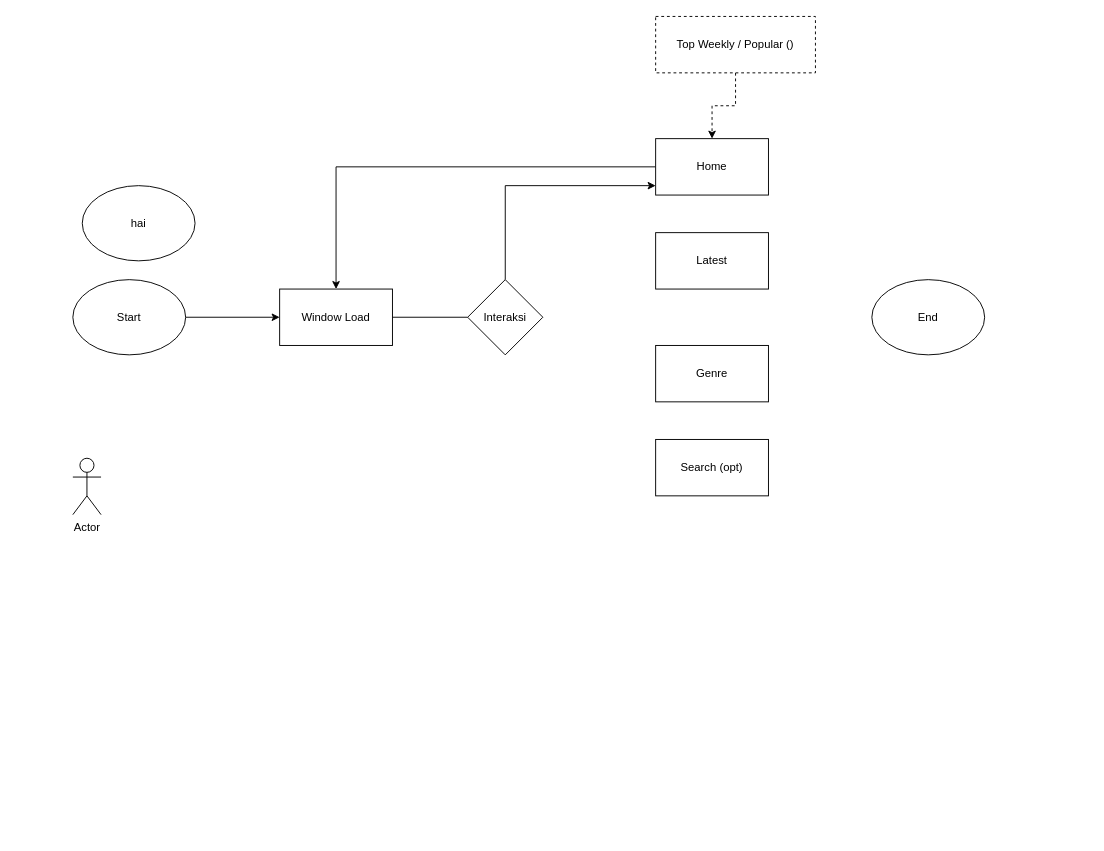
Earlier version of the draw.io diagram web.drawio (Aryanda04/File-common). Source tidied: cells renumbered, new cells numbered last; positions are measured from the earlier drawing's top-left corner, leaving out a move shared by most shapes. Both pictures are drawn from the tidied source at 94%, with x=0, y=0 at pixel (72, 16).
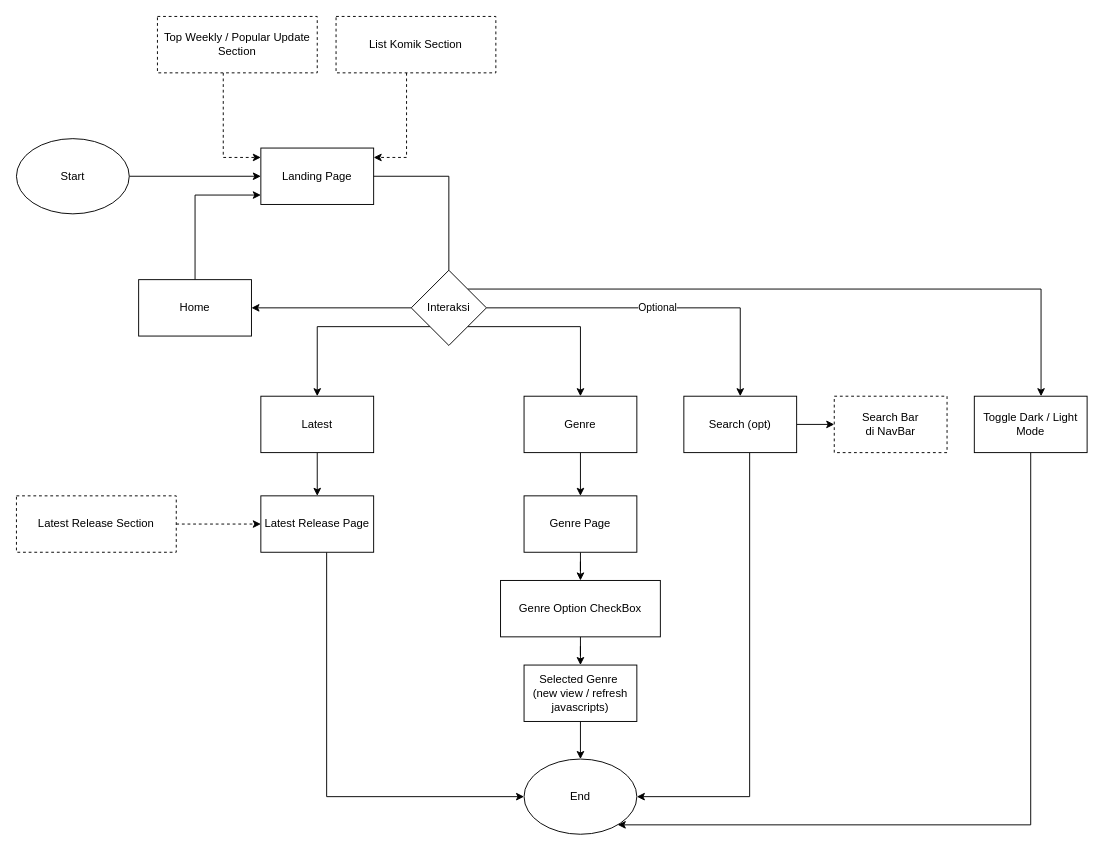
The same diagram, later.

Commit message:
Clear versi 1

What changed in the source:
```diff
@@
     <mxCell id="3" value="Start" style="ellipse;whiteSpace=wrap;html=1;" parent="1" vertex="1">
-      <mxGeometry y="280" width="120" height="80" as="geometry" />
+      <mxGeometry x="-60" y="130" width="120" height="80" as="geometry" />
     </mxCell>
-    <mxCell id="4" value="Actor" style="shape=umlActor;verticalLabelPosition=bottom;verticalAlign=top;html=1;" parent="1" vertex="1">
-      <mxGeometry y="470" width="30" height="60" as="geometry" />
-    </mxCell>
     <mxCell id="5" value="End" style="ellipse;whiteSpace=wrap;html=1;" parent="1" vertex="1">
-      <mxGeometry x="850" y="280" width="120" height="80" as="geometry" />
+      <mxGeometry x="480" y="790" width="120" height="80" as="geometry" />
     </mxCell>
-    <mxCell id="6" value="hai" style="ellipse;whiteSpace=wrap;html=1;" parent="1" vertex="1">
-      <mxGeometry x="10" y="180" width="120" height="80" as="geometry" />
-    </mxCell>
-    <mxCell id="7" value="Window Load" style="rounded=0;whiteSpace=wrap;html=1;" parent="1" vertex="1">
-      <mxGeometry x="220" y="290" width="120" height="60" as="geometry" />
+    <mxCell id="7" value="Landing Page" style="rounded=0;whiteSpace=wrap;html=1;" parent="1" vertex="1">
+      <mxGeometry x="200" y="140" width="120" height="60" as="geometry" />
     </mxCell>
     <mxCell id="8" style="edgeStyle=orthogonalEdgeStyle;rounded=0;jettySize=auto;html=1;" parent="1" edge="1" source="9" target="12">
-      <mxGeometry relative="1" as="geometry">
-        <Array as="points">
-          <mxPoint x="460" y="180" />
-        </Array>
-      </mxGeometry>
+      <mxGeometry relative="1" as="geometry" />
     </mxCell>
+    <mxCell id="18" style="edgeStyle=orthogonalEdgeStyle;rounded=0;jettySize=auto;html=1;" parent="1" edge="1" source="9" target="13">
+      <mxGeometry relative="1" as="geometry">
+        <Array as="points">
+          <mxPoint x="260" y="330" />
+        </Array>
+      </mxGeometry>
+    </mxCell>
+    <mxCell id="19" style="edgeStyle=orthogonalEdgeStyle;rounded=0;jettySize=auto;html=1;" parent="1" edge="1" source="9" target="15">
+      <mxGeometry relative="1" as="geometry">
+        <Array as="points">
+          <mxPoint x="540" y="330" />
+        </Array>
+      </mxGeometry>
+    </mxCell>
+    <mxCell id="20" value="Optional" style="edgeStyle=orthogonalEdgeStyle;rounded=0;jettySize=auto;html=1;" parent="1" edge="1" source="9" target="14">
+      <mxGeometry relative="1" as="geometry" />
+    </mxCell>
+    <mxCell id="21" style="edgeStyle=orthogonalEdgeStyle;rounded=0;jettySize=auto;html=1;" parent="1" edge="1" source="9" target="39">
+      <mxGeometry relative="1" as="geometry">
+        <Array as="points">
+          <mxPoint x="1030" y="290" />
+        </Array>
+      </mxGeometry>
+    </mxCell>
     <mxCell id="9" value="Interaksi" style="rhombus;whiteSpace=wrap;html=1;" parent="1" vertex="1">
-      <mxGeometry x="420" y="280" width="80" height="80" as="geometry" />
+      <mxGeometry x="360" y="270" width="80" height="80" as="geometry" />
     </mxCell>
@@
     <mxCell id="11" style="edgeStyle=orthogonalEdgeStyle;rounded=0;jettySize=auto;html=1;" parent="1" edge="1" source="12" target="7">
-      <mxGeometry relative="1" as="geometry" />
+      <mxGeometry relative="1" as="geometry">
+        <Array as="points">
+          <mxPoint x="130" y="190" />
+        </Array>
+      </mxGeometry>
     </mxCell>
     <mxCell id="12" value="Home" style="rounded=0;whiteSpace=wrap;html=1;" parent="1" vertex="1">
-      <mxGeometry x="620" y="130" width="120" height="60" as="geometry" />
+      <mxGeometry x="70" y="280" width="120" height="60" as="geometry" />
     </mxCell>
+    <mxCell id="22" style="edgeStyle=orthogonalEdgeStyle;rounded=0;jettySize=auto;html=1;" parent="1" edge="1" source="13" target="29">
+      <mxGeometry relative="1" as="geometry" />
+    </mxCell>
     <mxCell id="13" value="Latest" style="rounded=0;whiteSpace=wrap;html=1;" parent="1" vertex="1">
-      <mxGeometry x="620" y="230" width="120" height="60" as="geometry" />
+      <mxGeometry x="200" y="404" width="120" height="60" as="geometry" />
     </mxCell>
+    <mxCell id="23" style="edgeStyle=orthogonalEdgeStyle;rounded=0;jettySize=auto;html=1;" parent="1" edge="1" source="14" target="40">
+      <mxGeometry relative="1" as="geometry" />
+    </mxCell>
+    <mxCell id="24" style="edgeStyle=orthogonalEdgeStyle;rounded=0;jettySize=auto;html=1;" parent="1" edge="1" source="14" target="5">
+      <mxGeometry relative="1" as="geometry">
+        <Array as="points">
+          <mxPoint x="720" y="830" />
+        </Array>
+      </mxGeometry>
+    </mxCell>
     <mxCell id="14" value="Search (opt)" style="rounded=0;whiteSpace=wrap;html=1;" parent="1" vertex="1">
-      <mxGeometry x="620" y="450" width="120" height="60" as="geometry" />
+      <mxGeometry x="650" y="404" width="120" height="60" as="geometry" />
     </mxCell>
+    <mxCell id="25" style="edgeStyle=orthogonalEdgeStyle;rounded=0;jettySize=auto;html=1;" parent="1" edge="1" source="15" target="33">
+      <mxGeometry relative="1" as="geometry" />
+    </mxCell>
     <mxCell id="15" value="Genre" style="rounded=0;whiteSpace=wrap;html=1;" parent="1" vertex="1">
-      <mxGeometry x="620" y="350" width="120" height="60" as="geometry" />
+      <mxGeometry x="480" y="404" width="120" height="60" as="geometry" />
     </mxCell>
-    <mxCell id="16" style="edgeStyle=orthogonalEdgeStyle;rounded=0;jettySize=auto;html=1;dashed=1;" parent="1" edge="1" source="17" target="12">
-      <mxGeometry relative="1" as="geometry" />
+    <mxCell id="16" style="edgeStyle=orthogonalEdgeStyle;rounded=0;jettySize=auto;html=1;dashed=1;" parent="1" edge="1" source="17" target="7">
+      <mxGeometry relative="1" as="geometry">
+        <Array as="points">
+          <mxPoint x="160" y="150" />
+        </Array>
+      </mxGeometry>
     </mxCell>
-    <mxCell id="17" value="Top Weekly / Popular ()" style="rounded=0;whiteSpace=wrap;html=1;dashed=1;" parent="1" vertex="1">
-      <mxGeometry x="620" width="170" height="60" as="geometry" />
+    <mxCell id="17" value="Top Weekly / Popular Update&lt;br&gt;Section" style="rounded=0;whiteSpace=wrap;html=1;dashed=1;" parent="1" vertex="1">
+      <mxGeometry x="90" width="170" height="60" as="geometry" />
     </mxCell>
+    <mxCell id="26" style="edgeStyle=orthogonalEdgeStyle;rounded=0;jettySize=auto;html=1;dashed=1;" parent="1" edge="1" source="27" target="7">
+      <mxGeometry relative="1" as="geometry">
+        <Array as="points">
+          <mxPoint x="355" y="150" />
+        </Array>
+      </mxGeometry>
+    </mxCell>
+    <mxCell id="27" value="List Komik Section" style="rounded=0;whiteSpace=wrap;html=1;dashed=1;" parent="1" vertex="1">
+      <mxGeometry x="280" width="170" height="60" as="geometry" />
+    </mxCell>
+    <mxCell id="28" style="edgeStyle=orthogonalEdgeStyle;rounded=0;jettySize=auto;html=1;" parent="1" edge="1" source="29" target="5">
+      <mxGeometry relative="1" as="geometry">
+        <Array as="points">
+          <mxPoint x="270" y="830" />
+        </Array>
+      </mxGeometry>
+    </mxCell>
+    <mxCell id="29" value="Latest Release Page" style="rounded=0;whiteSpace=wrap;html=1;" parent="1" vertex="1">
+      <mxGeometry x="200" y="510" width="120" height="60" as="geometry" />
+    </mxCell>
+    <mxCell id="30" style="edgeStyle=orthogonalEdgeStyle;rounded=0;jettySize=auto;html=1;dashed=1;" parent="1" edge="1" source="31" target="29">
+      <mxGeometry relative="1" as="geometry" />
+    </mxCell>
+    <mxCell id="31" value="Latest Release Section" style="rounded=0;whiteSpace=wrap;html=1;dashed=1;" parent="1" vertex="1">
+      <mxGeometry x="-60" y="510" width="170" height="60" as="geometry" />
+    </mxCell>
+    <mxCell id="32" style="edgeStyle=orthogonalEdgeStyle;rounded=0;jettySize=auto;html=1;" parent="1" edge="1" source="33" target="35">
+      <mxGeometry relative="1" as="geometry" />
+    </mxCell>
+    <mxCell id="33" value="Genre Page" style="rounded=0;whiteSpace=wrap;html=1;" parent="1" vertex="1">
+      <mxGeometry x="480" y="510" width="120" height="60" as="geometry" />
+    </mxCell>
+    <mxCell id="34" style="edgeStyle=orthogonalEdgeStyle;rounded=0;jettySize=auto;html=1;" parent="1" edge="1" source="35" target="37">
+      <mxGeometry relative="1" as="geometry" />
+    </mxCell>
+    <mxCell id="35" value="Genre Option CheckBox" style="rounded=0;whiteSpace=wrap;html=1;" parent="1" vertex="1">
+      <mxGeometry x="455" y="600" width="170" height="60" as="geometry" />
+    </mxCell>
+    <mxCell id="36" style="edgeStyle=orthogonalEdgeStyle;rounded=0;jettySize=auto;html=1;" parent="1" edge="1" source="37" target="5">
+      <mxGeometry relative="1" as="geometry" />
+    </mxCell>
+    <mxCell id="37" value="Selected Genre&amp;nbsp;&lt;br&gt;(new view / refresh javascripts)" style="rounded=0;whiteSpace=wrap;html=1;" parent="1" vertex="1">
+      <mxGeometry x="480" y="690" width="120" height="60" as="geometry" />
+    </mxCell>
+    <mxCell id="38" style="edgeStyle=orthogonalEdgeStyle;rounded=0;jettySize=auto;html=1;" parent="1" edge="1" source="39" target="5">
+      <mxGeometry relative="1" as="geometry">
+        <Array as="points">
+          <mxPoint x="1019" y="860" />
+        </Array>
+      </mxGeometry>
+    </mxCell>
+    <mxCell id="39" value="Toggle Dark / Light Mode" style="rounded=0;whiteSpace=wrap;html=1;" parent="1" vertex="1">
+      <mxGeometry x="959" y="404" width="120" height="60" as="geometry" />
+    </mxCell>
+    <mxCell id="40" value="Search Bar &lt;br&gt;di NavBar" style="rounded=0;whiteSpace=wrap;html=1;dashed=1;" parent="1" vertex="1">
+      <mxGeometry x="810" y="404" width="120" height="60" as="geometry" />
+    </mxCell>
```
